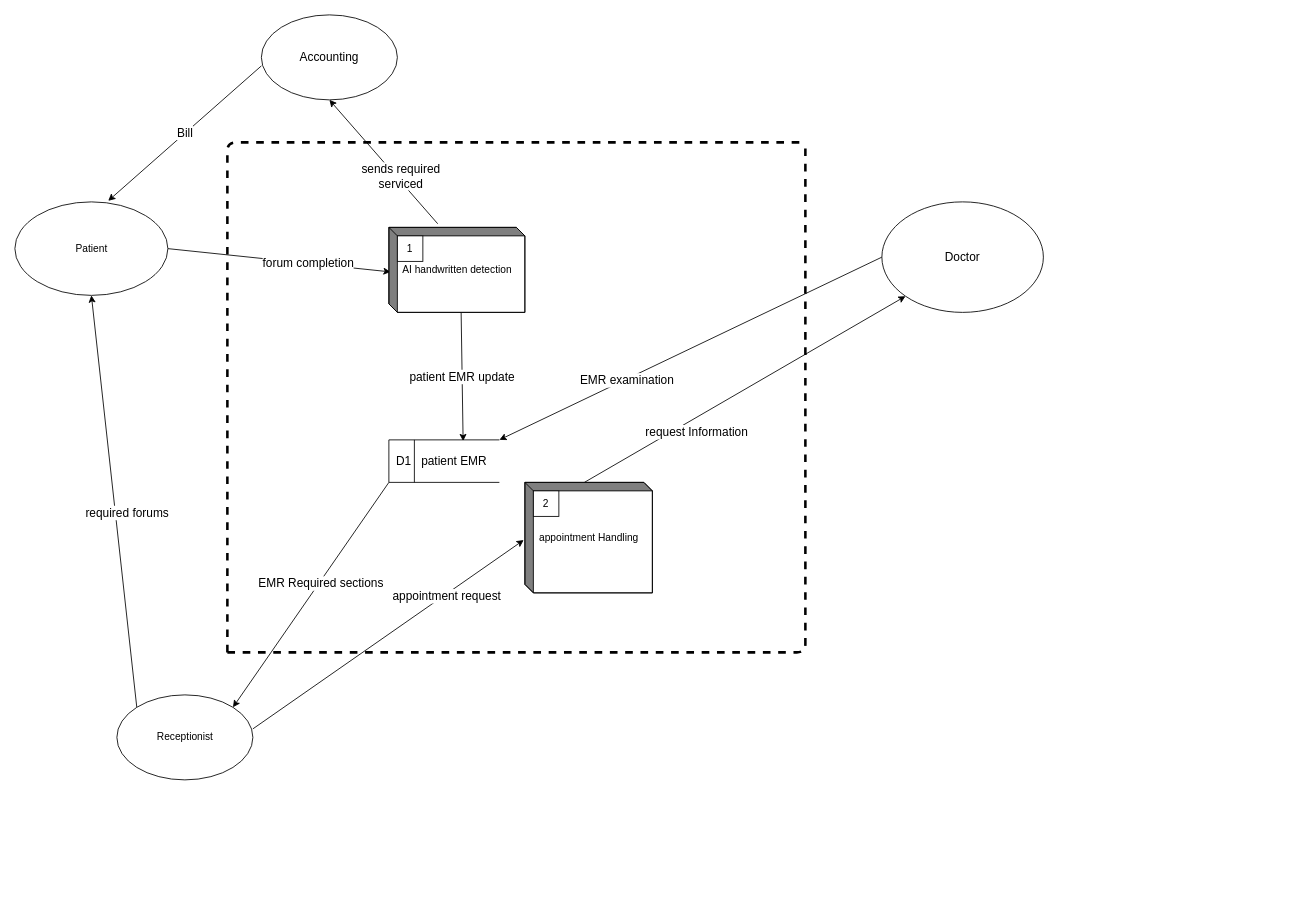
Earlier version of the draw.io diagram leveloneDFD.drawio (srssina/Healthcare_Database_system). Source tidied: cells renumbered, new cells numbered last; positions are measured from the earlier drawing's top-left corner, leaving out a move shared by most shapes. Both pictures are drawn from the tidied source at 85%, with x=0, y=0 at pixel (14, 14).
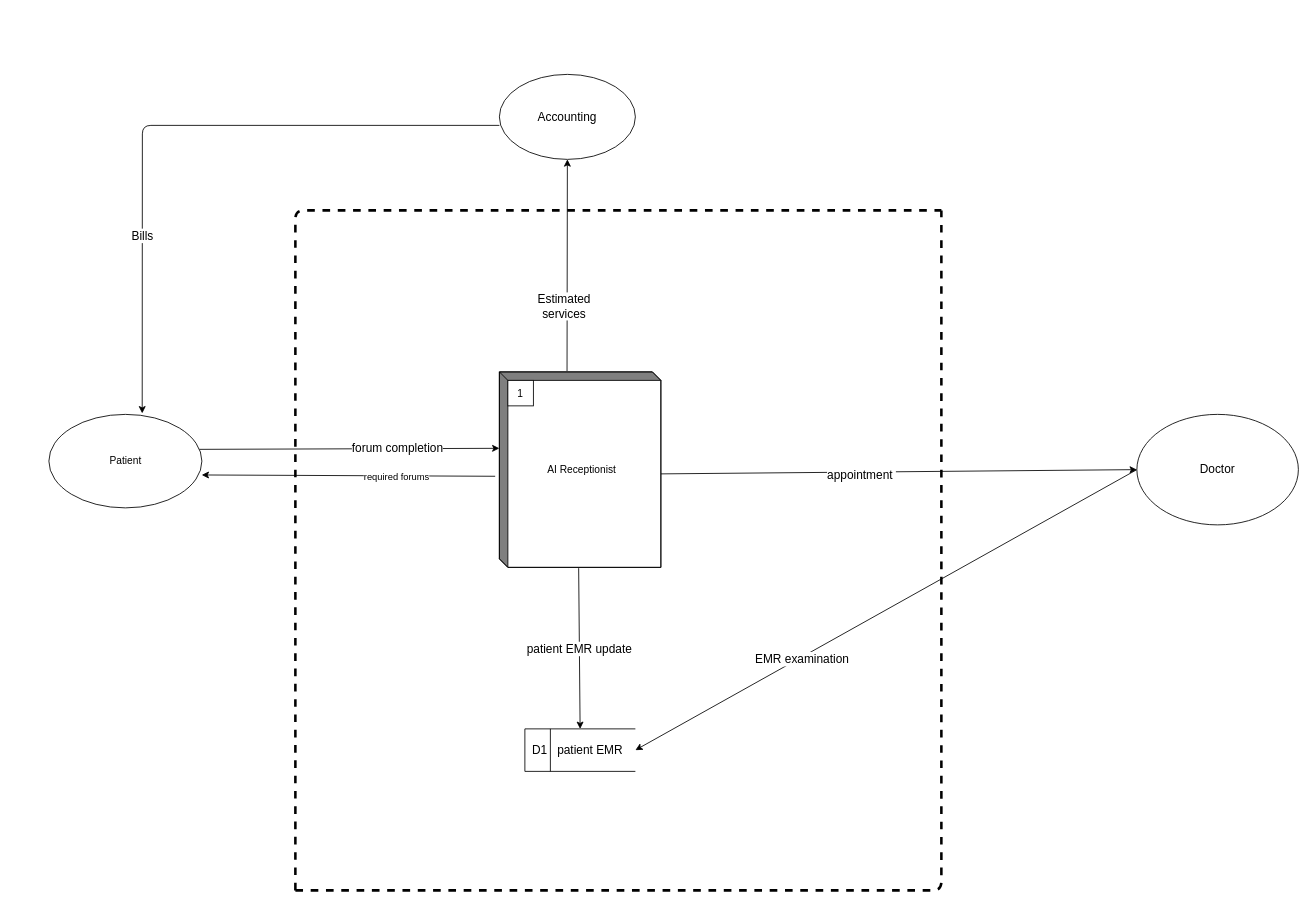
After the change.

The edit, as a diff of the source:
```diff
@@
-    <mxCell id="2" value="forum completion" style="edgeStyle=none;html=1;exitX=1;exitY=0.5;exitDx=0;exitDy=0;entryX=0.013;entryY=0.524;entryDx=0;entryDy=0;entryPerimeter=0;strokeWidth=1;fontSize=14;" parent="1" edge="1" source="4" target="15">
-      <mxGeometry x="0.26" relative="1" as="geometry" />
+    <mxCell id="2" value="forum completion" style="edgeStyle=none;html=1;exitX=0.981;exitY=0.374;exitDx=0;exitDy=0;entryX=0;entryY=0.391;entryDx=0;entryDy=0;entryPerimeter=0;strokeWidth=1;fontSize=14;exitPerimeter=0;" parent="1" edge="1" source="4" target="15">
+      <mxGeometry x="0.32" relative="1" as="geometry" />
     </mxCell>
-    <mxCell id="3" value="Bill" style="edgeStyle=none;html=1;entryX=0.61;entryY=-0.011;entryDx=0;entryDy=0;strokeWidth=1;fontSize=14;entryPerimeter=0;exitX=0;exitY=0.6;exitDx=0;exitDy=0;exitPerimeter=0;" parent="1" edge="1" source="22" target="4">
-      <mxGeometry relative="1" as="geometry" />
+    <mxCell id="3" value="Bills" style="edgeStyle=none;html=1;entryX=0.61;entryY=-0.011;entryDx=0;entryDy=0;strokeWidth=1;fontSize=14;entryPerimeter=0;exitX=0;exitY=0.6;exitDx=0;exitDy=0;exitPerimeter=0;" parent="1" edge="1" source="22" target="4">
+      <mxGeometry x="0.45" relative="1" as="geometry">
+        <Array as="points">
+          <mxPoint x="150" y="130" />
+        </Array>
+      </mxGeometry>
     </mxCell>
     <mxCell id="4" value="Patient" style="shape=ellipse;html=1;dashed=0;whitespace=wrap;perimeter=ellipsePerimeter;rounded=0;strokeColor=default;fillColor=default;gradientColor=none;" parent="1" vertex="1">
-      <mxGeometry y="220" width="180" height="110" as="geometry" />
+      <mxGeometry x="40" y="470" width="180" height="110" as="geometry" />
     </mxCell>
-    <mxCell id="5" style="edgeStyle=none;html=1;exitX=0;exitY=0;exitDx=0;exitDy=0;strokeWidth=1;fontSize=14;entryX=0.5;entryY=1;entryDx=0;entryDy=0;" parent="1" edge="1" source="8" target="4">
-      <mxGeometry relative="1" as="geometry" />
-    </mxCell>
-    <mxCell id="6" value="required forums" style="edgeLabel;html=1;align=center;verticalAlign=middle;fontSize=14;" parent="5" vertex="1">
-      <mxGeometry x="-0.11" y="-3" relative="1" as="geometry">
-        <mxPoint x="9" y="-13" as="offset" />
-      </mxGeometry>
-    </mxCell>
-    <mxCell id="7" value="appointment request" style="edgeStyle=none;html=1;exitX=1;exitY=0.4;exitDx=0;exitDy=0;entryX=-0.009;entryY=0.522;entryDx=0;entryDy=0;entryPerimeter=0;strokeWidth=1;fontSize=14;exitPerimeter=0;" parent="1" edge="1" source="8" target="11">
-      <mxGeometry x="0.42" y="-2" relative="1" as="geometry" />
-    </mxCell>
-    <mxCell id="8" value="Receptionist" style="shape=ellipse;html=1;dashed=0;whitespace=wrap;perimeter=ellipsePerimeter;rounded=0;strokeColor=default;fillColor=default;gradientColor=none;" parent="1" vertex="1">
-      <mxGeometry x="120" y="800" width="160" height="100" as="geometry" />
-    </mxCell>
-    <mxCell id="9" style="edgeStyle=none;html=1;exitX=0;exitY=0;exitDx=70;exitDy=0;exitPerimeter=0;entryX=0;entryY=1;entryDx=0;entryDy=0;strokeWidth=1;fontSize=14;" parent="1" edge="1" source="11" target="21">
+    <mxCell id="9" style="edgeStyle=none;html=1;exitX=0;exitY=0;exitDx=190;exitDy=120;exitPerimeter=0;entryX=0;entryY=0.5;entryDx=0;entryDy=0;strokeWidth=1;fontSize=14;" parent="1" edge="1" source="15" target="21">
       <mxGeometry relative="1" as="geometry" />
     </mxCell>
-    <mxCell id="10" value="request Information" style="edgeLabel;html=1;align=center;verticalAlign=middle;fontSize=14;" parent="9" vertex="1">
+    <mxCell id="10" value="appointment&amp;nbsp;" style="edgeLabel;html=1;align=center;verticalAlign=middle;fontSize=14;" parent="9" vertex="1">
       <mxGeometry x="-0.18" relative="1" as="geometry">
-        <mxPoint x="-23" y="30" as="offset" />
+        <mxPoint x="6" y="3" as="offset" />
       </mxGeometry>
     </mxCell>
-    <mxCell id="11" value="appointment Handling&lt;br&gt;" style="html=1;dashed=0;whitespace=wrap;shape=mxgraph.dfd.externalEntity;" parent="1" vertex="1">
-      <mxGeometry x="600" y="550" width="150" height="130" as="geometry" />
-    </mxCell>
-    <mxCell id="12" value="2" style="strokeColor=inherit;fillColor=inherit;gradientColor=inherit;" parent="11" vertex="1">
-      <mxGeometry width="30" height="30" relative="1" as="geometry">
-        <mxPoint x="10" y="10" as="offset" />
-      </mxGeometry>
-    </mxCell>
-    <mxCell id="13" value="patient EMR update" style="edgeStyle=none;html=1;entryX=0.672;entryY=0.03;entryDx=0;entryDy=0;strokeWidth=1;fontSize=14;exitX=0;exitY=0;exitDx=85;exitDy=100;exitPerimeter=0;entryPerimeter=0;" parent="1" edge="1" source="15" target="18">
+    <mxCell id="13" value="patient EMR update" style="edgeStyle=none;html=1;entryX=0.5;entryY=0;entryDx=0;entryDy=0;strokeWidth=1;fontSize=14;exitX=0.491;exitY=1.004;exitDx=0;exitDy=0;exitPerimeter=0;" parent="1" edge="1" source="15" target="18">
       <mxGeometry relative="1" as="geometry" />
     </mxCell>
-    <mxCell id="14" value="sends required&lt;br&gt;serviced" style="edgeStyle=none;html=1;entryX=0.5;entryY=1;entryDx=0;entryDy=0;strokeWidth=1;fontSize=14;exitX=0.359;exitY=-0.043;exitDx=0;exitDy=0;exitPerimeter=0;" parent="1" edge="1" source="15" target="22">
-      <mxGeometry x="-0.28" y="-5" relative="1" as="geometry">
-        <mxPoint x="-1" as="offset" />
+    <mxCell id="14" value="Estimated&lt;br&gt;services" style="edgeStyle=none;html=1;entryX=0.5;entryY=1;entryDx=0;entryDy=0;strokeWidth=1;fontSize=14;exitX=0.419;exitY=-0.004;exitDx=0;exitDy=0;exitPerimeter=0;" parent="1" edge="1" source="15" target="22">
+      <mxGeometry x="-0.38" y="4" relative="1" as="geometry">
+        <mxPoint y="1" as="offset" />
       </mxGeometry>
     </mxCell>
+    <mxCell id="25" style="edgeStyle=none;html=1;entryX=0.999;entryY=0.648;entryDx=0;entryDy=0;entryPerimeter=0;exitX=-0.026;exitY=0.534;exitDx=0;exitDy=0;exitPerimeter=0;" parent="1" edge="1" source="15" target="4">
+      <mxGeometry relative="1" as="geometry" />
+    </mxCell>
+    <mxCell id="6" value="required forums" style="edgeLabel;html=1;align=center;verticalAlign=middle;" parent="25" vertex="1">
+      <mxGeometry x="0.3" y="2" relative="1" as="geometry">
+        <mxPoint x="107" as="offset" />
+      </mxGeometry>
+    </mxCell>
-    <mxCell id="15" value="AI handwritten detection" style="html=1;dashed=0;whitespace=wrap;shape=mxgraph.dfd.externalEntity;" parent="1" vertex="1">
-      <mxGeometry x="440" y="250" width="160" height="100" as="geometry" />
+    <mxCell id="15" value="&amp;nbsp;AI Receptionist" style="html=1;dashed=0;whitespace=wrap;shape=mxgraph.dfd.externalEntity;" parent="1" vertex="1">
+      <mxGeometry x="570" y="420" width="190" height="230" as="geometry" />
     </mxCell>
@@
-    <mxCell id="17" value="EMR Required sections" style="edgeStyle=none;html=1;exitX=0;exitY=1;exitDx=0;exitDy=0;entryX=1;entryY=0;entryDx=0;entryDy=0;strokeWidth=1;fontSize=14;" parent="1" edge="1" source="18" target="8">
-      <mxGeometry x="-0.11" y="2" relative="1" as="geometry" />
-    </mxCell>
     <mxCell id="18" value="&amp;nbsp;D1&amp;nbsp; &amp;nbsp;patient EMR" style="html=1;dashed=0;whitespace=wrap;shape=mxgraph.dfd.dataStoreID;align=left;spacingLeft=3;points=[[0,0],[0.5,0],[1,0],[0,0.5],[1,0.5],[0,1],[0.5,1],[1,1]];fontSize=14;" parent="1" vertex="1">
-      <mxGeometry x="440" y="500" width="130" height="50" as="geometry" />
+      <mxGeometry x="600" y="840" width="130" height="50" as="geometry" />
     </mxCell>
-    <mxCell id="19" style="edgeStyle=none;html=1;exitX=0;exitY=0.5;exitDx=0;exitDy=0;entryX=1;entryY=0;entryDx=0;entryDy=0;strokeWidth=1;fontSize=14;" parent="1" edge="1" source="21" target="18">
+    <mxCell id="19" style="edgeStyle=none;html=1;exitX=0;exitY=0.5;exitDx=0;exitDy=0;entryX=1;entryY=0.5;entryDx=0;entryDy=0;strokeWidth=1;fontSize=14;" parent="1" edge="1" source="21" target="18">
       <mxGeometry relative="1" as="geometry" />
     </mxCell>
@@
     <mxCell id="21" value="Doctor" style="ellipse;whiteSpace=wrap;html=1;fontSize=14;" parent="1" vertex="1">
-      <mxGeometry x="1020" y="220" width="190" height="130" as="geometry" />
+      <mxGeometry x="1320" y="470" width="190" height="130" as="geometry" />
     </mxCell>
     <mxCell id="22" value="Accounting" style="ellipse;whiteSpace=wrap;html=1;fontSize=14;" parent="1" vertex="1">
-      <mxGeometry x="290" width="160" height="100" as="geometry" />
+      <mxGeometry x="570" y="70" width="160" height="100" as="geometry" />
     </mxCell>
     <mxCell id="23" style="endArrow=none;dashed=1;html=1;strokeWidth=3;" parent="1" edge="1">
       <mxGeometry relative="1" as="geometry">
-        <mxPoint x="250" y="750" as="sourcePoint" />
-        <mxPoint x="930" y="150" as="targetPoint" />
+        <mxPoint x="330" y="1030" as="sourcePoint" />
+        <mxPoint x="1090" y="230" as="targetPoint" />
         <Array as="points">
-          <mxPoint x="250" y="150" />
+          <mxPoint x="330" y="230" />
         </Array>
       </mxGeometry>
     </mxCell>
     <mxCell id="24" style="endArrow=none;dashed=1;html=1;strokeWidth=3;" parent="1" edge="1">
       <mxGeometry relative="1" as="geometry">
-        <mxPoint x="250" y="750" as="sourcePoint" />
-        <mxPoint x="930" y="150" as="targetPoint" />
+        <mxPoint x="330" y="1030" as="sourcePoint" />
+        <mxPoint x="1090" y="230" as="targetPoint" />
         <Array as="points">
-          <mxPoint x="930" y="750" />
+          <mxPoint x="1090" y="1030" />
         </Array>
       </mxGeometry>
     </mxCell>
```
